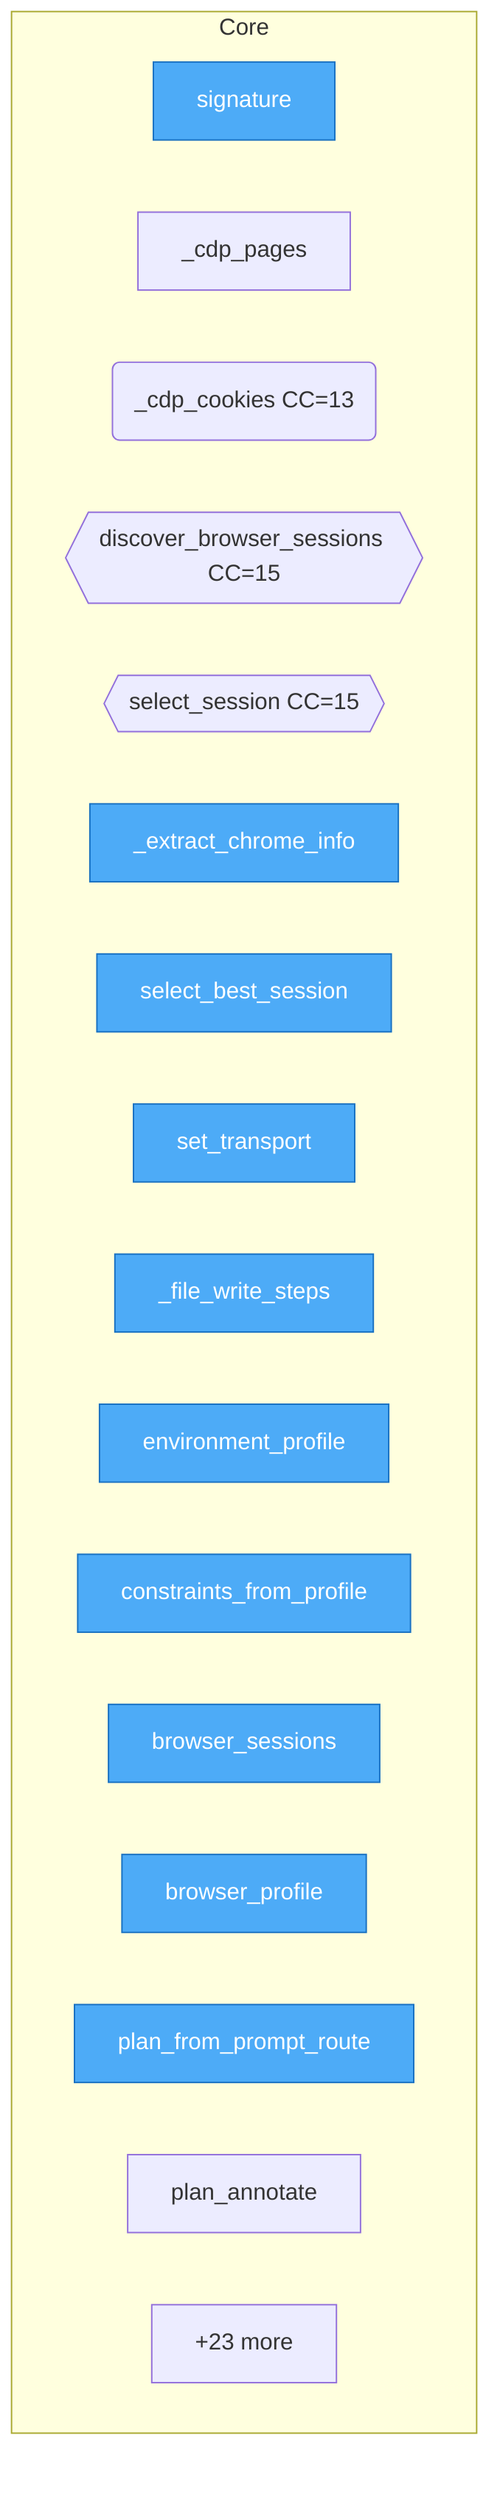
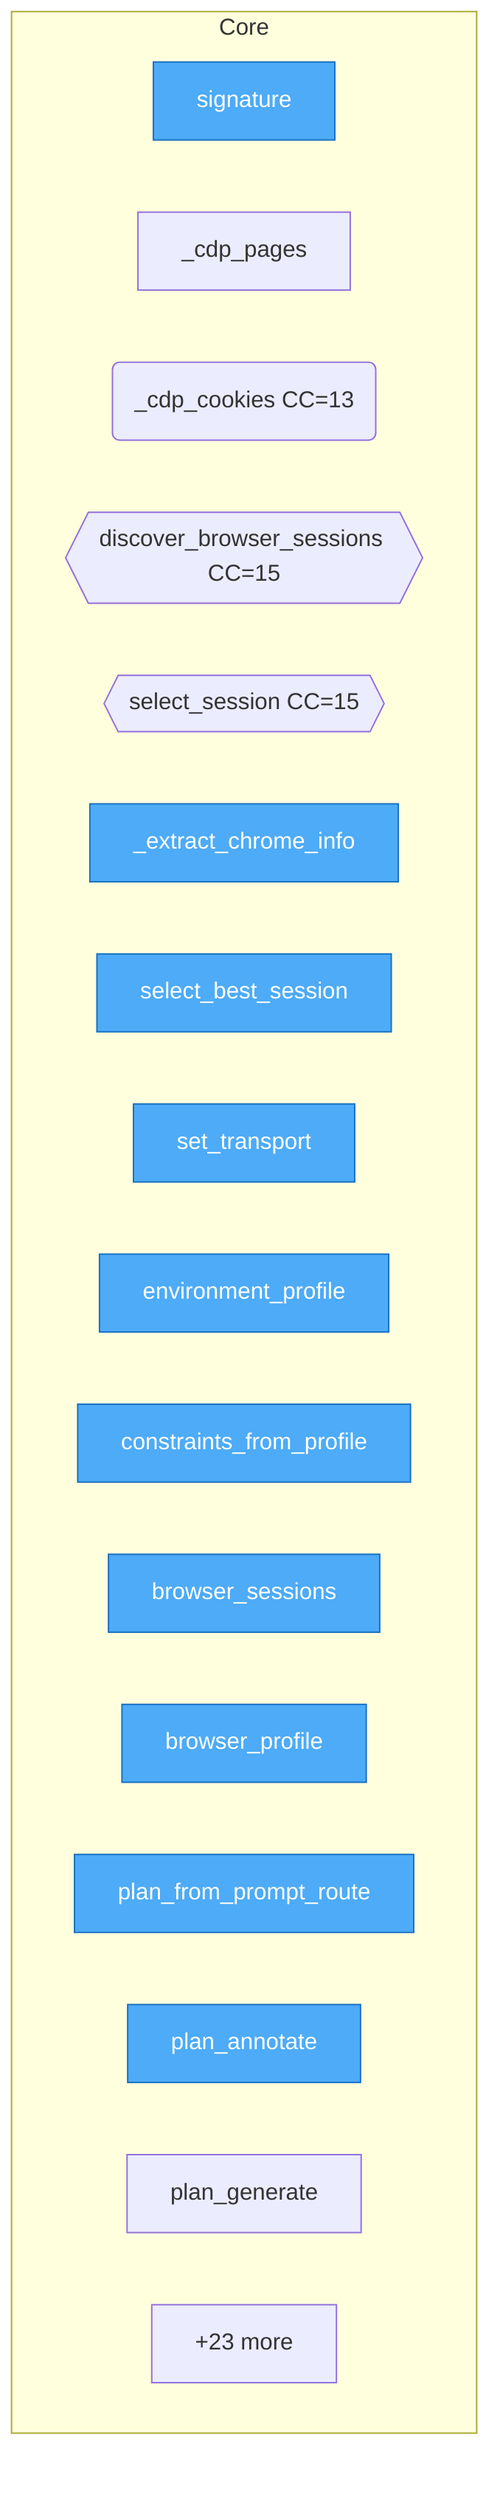
flowchart TD
%% generated in 0.00s

    %% Entry points (blue)
    classDef entry fill:#4dabf7,stroke:#1971c2,color:#fff

    subgraph Core
        urirun_connector_twin__sandbox__Scenario__signature["signature"]
        urirun_connector_twin__browser___cdp_pages["_cdp_pages"]
        urirun_connector_twin__browser___cdp_cookies("_cdp_cookies CC=13")
        urirun_connector_twin__browser__discover_browser_sessions{{discover_browser_sessions CC=15}}
        urirun_connector_twin__browser__select_session{{select_session CC=15}}
        urirun_connector_twin__browser___extract_chrome_info["_extract_chrome_info"]
        urirun_connector_twin__browser__select_best_session["select_best_session"]
        urirun_connector_twin__dispatch__set_transport["set_transport"]
-         urirun_connector_twin__prompt_plan___file_write_steps["_file_write_steps"]
        urirun_connector_twin__core__environment_profile["environment_profile"]
        urirun_connector_twin__core__constraints_from_profile["constraints_from_profile"]
        urirun_connector_twin__core__browser_sessions["browser_sessions"]
        urirun_connector_twin__core__browser_profile["browser_profile"]
        urirun_connector_twin__core__plan_from_prompt_route["plan_from_prompt_route"]
        urirun_connector_twin__core__plan_annotate["plan_annotate"]
+         urirun_connector_twin__core__plan_generate["plan_generate"]
        ...["+23 more"]
    end

-     class urirun_connector_twin__sandbox__Scenario__signature,urirun_connector_twin__browser___extract_chrome_info,urirun_connector_twin__browser__select_best_session,urirun_connector_twin__dispatch__set_transport,urirun_connector_twin__prompt_plan___file_write_steps,urirun_connector_twin__core__environment_profile,urirun_connector_twin__core__constraints_from_profile,urirun_connector_twin__core__browser_sessions,urirun_connector_twin__core__browser_profile,urirun_connector_twin__core__plan_from_prompt_route entry
+     class urirun_connector_twin__sandbox__Scenario__signature,urirun_connector_twin__browser___extract_chrome_info,urirun_connector_twin__browser__select_best_session,urirun_connector_twin__dispatch__set_transport,urirun_connector_twin__core__environment_profile,urirun_connector_twin__core__constraints_from_profile,urirun_connector_twin__core__browser_sessions,urirun_connector_twin__core__browser_profile,urirun_connector_twin__core__plan_from_prompt_route,urirun_connector_twin__core__plan_annotate entry
